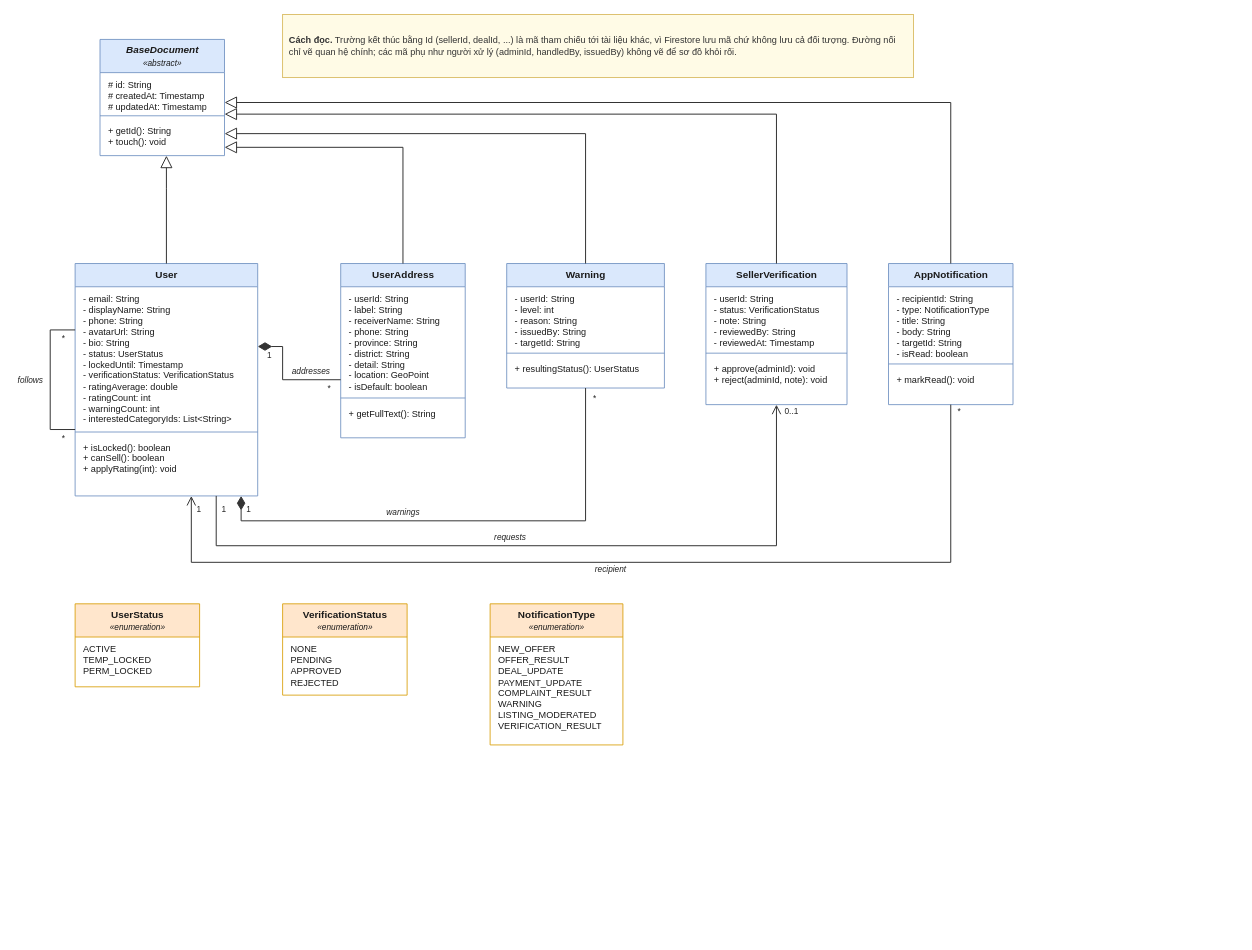
Earlier version of the draw.io diagram page "1. Người dùng" (2 of 8) of workflow/docs/diagrams/so-do-lop/class-diagram.drawio (tahpnart8/NHOM3-MobileApp). Source tidied: cells renumbered, new cells numbered last; positions are measured from the earlier drawing's top-left corner, leaving out a move shared by most shapes. Both pictures are drawn from the tidied source at 83%, with x=0, y=0 at pixel (14, 14).
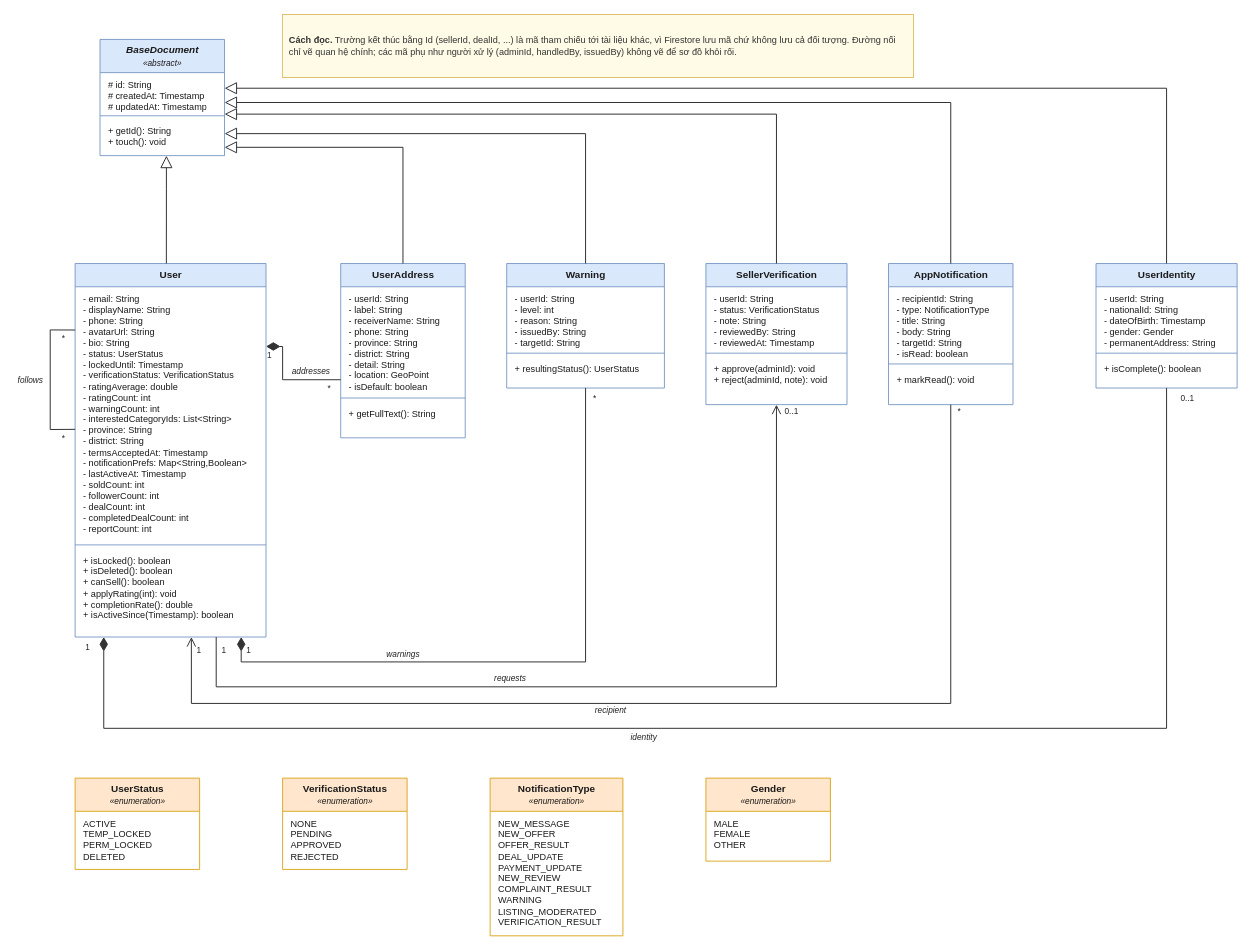
After the change.

The change refers to these unchanged cells:
```xml
<mxCell id="2" value="&lt;b&gt;&lt;i&gt;BaseDocument&lt;/i&gt;&lt;/b&gt;&lt;br&gt;&lt;i style=&quot;font-size:10px&quot;&gt;«abstract»&lt;/i&gt;" style="swimlane;fontStyle=0;horizontal=1;startSize=40;fillColor=#DAE8FC;strokeColor=#6C8EBF;swimlaneFillColor=#FFFFFF;html=1;whiteSpace=nowrap;fontSize=12;fontFamily=Helvetica;fontColor=#1A1A1A;" parent="1" vertex="1">
  <mxGeometry x="103" y="30" width="150" height="140" as="geometry" />
</mxCell>
<mxCell id="10" value="&lt;b&gt;UserAddress&lt;/b&gt;" style="swimlane;fontStyle=0;horizontal=1;startSize=28;fillColor=#DAE8FC;strokeColor=#6C8EBF;swimlaneFillColor=#FFFFFF;html=1;whiteSpace=nowrap;fontSize=12;fontFamily=Helvetica;fontColor=#1A1A1A;" parent="1" vertex="1">
  <mxGeometry x="393" y="300" width="150" height="210" as="geometry" />
</mxCell>
<mxCell id="14" value="&lt;b&gt;Warning&lt;/b&gt;" style="swimlane;fontStyle=0;horizontal=1;startSize=28;fillColor=#DAE8FC;strokeColor=#6C8EBF;swimlaneFillColor=#FFFFFF;html=1;whiteSpace=nowrap;fontSize=12;fontFamily=Helvetica;fontColor=#1A1A1A;" parent="1" vertex="1">
  <mxGeometry x="593" y="300" width="190" height="150" as="geometry" />
</mxCell>
<mxCell id="18" value="&lt;b&gt;SellerVerification&lt;/b&gt;" style="swimlane;fontStyle=0;horizontal=1;startSize=28;fillColor=#DAE8FC;strokeColor=#6C8EBF;swimlaneFillColor=#FFFFFF;html=1;whiteSpace=nowrap;fontSize=12;fontFamily=Helvetica;fontColor=#1A1A1A;" parent="1" vertex="1">
  <mxGeometry x="833" y="300" width="170" height="170" as="geometry" />
</mxCell>
<mxCell id="22" value="&lt;b&gt;AppNotification&lt;/b&gt;" style="swimlane;fontStyle=0;horizontal=1;startSize=28;fillColor=#DAE8FC;strokeColor=#6C8EBF;swimlaneFillColor=#FFFFFF;html=1;whiteSpace=nowrap;fontSize=12;fontFamily=Helvetica;fontColor=#1A1A1A;" parent="1" vertex="1">
  <mxGeometry x="1053" y="300" width="150" height="170" as="geometry" />
</mxCell>
```

Diff of the diagram source:
```diff
@@
     <mxCell id="6" value="&lt;b&gt;User&lt;/b&gt;" style="swimlane;fontStyle=0;horizontal=1;startSize=28;fillColor=#DAE8FC;strokeColor=#6C8EBF;swimlaneFillColor=#FFFFFF;html=1;whiteSpace=nowrap;fontSize=12;fontFamily=Helvetica;fontColor=#1A1A1A;" parent="1" vertex="1">
-      <mxGeometry x="73" y="300" width="220" height="280" as="geometry" />
+      <mxGeometry x="73" y="300" width="230" height="450" as="geometry" />
     </mxCell>
-    <mxCell id="7" value="- email: String&lt;br&gt;- displayName: String&lt;br&gt;- phone: String&lt;br&gt;- avatarUrl: String&lt;br&gt;- bio: String&lt;br&gt;- status: UserStatus&lt;br&gt;- lockedUntil: Timestamp&lt;br&gt;- verificationStatus: VerificationStatus&lt;br&gt;- ratingAverage: double&lt;br&gt;- ratingCount: int&lt;br&gt;- warningCount: int&lt;br&gt;- interestedCategoryIds: List&amp;lt;String&amp;gt;" style="text;strokeColor=none;fillColor=none;align=left;verticalAlign=top;spacingLeft=8;spacingRight=4;spacingTop=2;overflow=hidden;html=1;whiteSpace=nowrap;fontSize=11;fontFamily=Helvetica;fontColor=#1A1A1A;" parent="6" vertex="1">
-      <mxGeometry y="28" width="220" height="171" as="geometry" />
-    </mxCell>
-    <mxCell id="8" style="line;strokeWidth=1;fillColor=none;align=left;verticalAlign=middle;html=1;strokeColor=#6C8EBF;" parent="6" vertex="1">
-      <mxGeometry y="199" width="220" height="8" as="geometry" />
-    </mxCell>
-    <mxCell id="9" value="+ isLocked(): boolean&lt;br&gt;+ canSell(): boolean&lt;br&gt;+ applyRating(int): void" style="text;strokeColor=none;fillColor=none;align=left;verticalAlign=top;spacingLeft=8;spacingRight=4;spacingTop=2;overflow=hidden;html=1;whiteSpace=nowrap;fontSize=11;fontFamily=Helvetica;fontColor=#1A1A1A;" parent="6" vertex="1">
-      <mxGeometry y="207" width="220" height="48" as="geometry" />
-    </mxCell>
@@
     <mxCell id="26" value="&lt;b&gt;UserStatus&lt;/b&gt;&lt;br&gt;&lt;i style=&quot;font-size:10px&quot;&gt;«enumeration»&lt;/i&gt;" style="swimlane;fontStyle=0;horizontal=1;startSize=40;fillColor=#FFE6CC;strokeColor=#D79B00;swimlaneFillColor=#FFFFFF;html=1;whiteSpace=nowrap;fontSize=12;fontFamily=Helvetica;fontColor=#1A1A1A;" parent="1" vertex="1">
-      <mxGeometry x="73" y="710" width="150" height="100" as="geometry" />
+      <mxGeometry x="73" y="920" width="150" height="110" as="geometry" />
     </mxCell>
-    <mxCell id="27" value="ACTIVE&lt;br&gt;TEMP_LOCKED&lt;br&gt;PERM_LOCKED" style="text;strokeColor=none;fillColor=none;align=left;verticalAlign=top;spacingLeft=8;spacingRight=4;spacingTop=2;overflow=hidden;html=1;whiteSpace=nowrap;fontSize=11;fontFamily=Helvetica;fontColor=#1A1A1A;" parent="26" vertex="1">
-      <mxGeometry y="40" width="150" height="48" as="geometry" />
-    </mxCell>
     <mxCell id="28" value="&lt;b&gt;VerificationStatus&lt;/b&gt;&lt;br&gt;&lt;i style=&quot;font-size:10px&quot;&gt;«enumeration»&lt;/i&gt;" style="swimlane;fontStyle=0;horizontal=1;startSize=40;fillColor=#FFE6CC;strokeColor=#D79B00;swimlaneFillColor=#FFFFFF;html=1;whiteSpace=nowrap;fontSize=12;fontFamily=Helvetica;fontColor=#1A1A1A;" parent="1" vertex="1">
-      <mxGeometry x="323" y="710" width="150" height="110" as="geometry" />
+      <mxGeometry x="323" y="920" width="150" height="110" as="geometry" />
     </mxCell>
@@
     <mxCell id="30" value="&lt;b&gt;NotificationType&lt;/b&gt;&lt;br&gt;&lt;i style=&quot;font-size:10px&quot;&gt;«enumeration»&lt;/i&gt;" style="swimlane;fontStyle=0;horizontal=1;startSize=40;fillColor=#FFE6CC;strokeColor=#D79B00;swimlaneFillColor=#FFFFFF;html=1;whiteSpace=nowrap;fontSize=12;fontFamily=Helvetica;fontColor=#1A1A1A;" parent="1" vertex="1">
-      <mxGeometry x="573" y="710" width="160" height="170" as="geometry" />
+      <mxGeometry x="573" y="920" width="160" height="190" as="geometry" />
     </mxCell>
-    <mxCell id="31" value="NEW_OFFER&lt;br&gt;OFFER_RESULT&lt;br&gt;DEAL_UPDATE&lt;br&gt;PAYMENT_UPDATE&lt;br&gt;COMPLAINT_RESULT&lt;br&gt;WARNING&lt;br&gt;LISTING_MODERATED&lt;br&gt;VERIFICATION_RESULT" style="text;strokeColor=none;fillColor=none;align=left;verticalAlign=top;spacingLeft=8;spacingRight=4;spacingTop=2;overflow=hidden;html=1;whiteSpace=nowrap;fontSize=11;fontFamily=Helvetica;fontColor=#1A1A1A;" parent="30" vertex="1">
-      <mxGeometry y="40" width="160" height="116" as="geometry" />
-    </mxCell>
@@
-    <mxCell id="33" style="html=1;rounded=0;edgeStyle=none;jettySize=auto;exitX=0.5;exitY=0;exitDx=0;exitDy=0;entryX=0.5333;entryY=1.0;entryDx=0;entryDy=0;strokeColor=#333333;strokeWidth=1.2;endArrow=block;endFill=0;endSize=12;startArrow=none;" parent="1" edge="1" source="6" target="2">
+    <mxCell id="33" style="html=1;rounded=0;edgeStyle=none;jettySize=auto;exitX=0.478;exitY=0;exitDx=0;exitDy=0;entryX=0.5333;entryY=1.0;entryDx=0;entryDy=0;strokeColor=#333333;strokeWidth=1.2;endArrow=block;endFill=0;endSize=12;startArrow=none;" parent="1" edge="1" source="6" target="2">
       <mxGeometry relative="1" as="geometry">
         <Array as="points">
           <mxPoint x="183" y="210" />
         </Array>
       </mxGeometry>
     </mxCell>
@@
-    <mxCell id="38" style="html=1;rounded=0;edgeStyle=none;jettySize=auto;exitX=1.0;exitY=0.3571;exitDx=0;exitDy=0;entryX=0.0;entryY=0.6667;entryDx=0;entryDy=0;strokeColor=#333333;strokeWidth=1.2;startArrow=diamondThin;startFill=1;startSize=14;endArrow=none;" parent="1" edge="1" source="6" target="10">
+    <mxCell id="38" style="html=1;rounded=0;edgeStyle=none;jettySize=auto;exitX=1.0;exitY=0.222;exitDx=0;exitDy=0;entryX=0.0;entryY=0.6667;entryDx=0;entryDy=0;strokeColor=#333333;strokeWidth=1.2;startArrow=diamondThin;startFill=1;startSize=14;endArrow=none;" parent="1" edge="1" source="6" target="10">
       <mxGeometry relative="1" as="geometry">
         <Array as="points">
           <mxPoint x="323" y="400" />
           <mxPoint x="323" y="440" />
         </Array>
       </mxGeometry>
     </mxCell>
-    <mxCell id="39" style="html=1;rounded=0;edgeStyle=orthogonalEdgeStyle;jettySize=auto;exitX=0.9091;exitY=1.0;exitDx=0;exitDy=0;entryX=0.5;entryY=1;entryDx=0;entryDy=0;strokeColor=#333333;strokeWidth=1.2;startArrow=diamondThin;startFill=1;startSize=14;endArrow=none;" parent="1" edge="1" source="6" target="14">
+    <mxCell id="39" style="html=1;rounded=0;edgeStyle=orthogonalEdgeStyle;jettySize=auto;exitX=0.870;exitY=1.0;exitDx=0;exitDy=0;entryX=0.5;entryY=1;entryDx=0;entryDy=0;strokeColor=#333333;strokeWidth=1.2;startArrow=diamondThin;startFill=1;startSize=14;endArrow=none;" parent="1" edge="1" source="6" target="14">
       <mxGeometry relative="1" as="geometry" />
     </mxCell>
-    <mxCell id="40" style="html=1;rounded=0;edgeStyle=orthogonalEdgeStyle;jettySize=auto;exitX=0.7727;exitY=1.0;exitDx=0;exitDy=0;entryX=0.5;entryY=1;entryDx=0;entryDy=0;strokeColor=#333333;strokeWidth=1.2;endArrow=open;endFill=0;endSize=9;startArrow=none;" parent="1" edge="1" source="6" target="18">
+    <mxCell id="40" style="html=1;rounded=0;edgeStyle=orthogonalEdgeStyle;jettySize=auto;exitX=0.739;exitY=1.0;exitDx=0;exitDy=0;entryX=0.5;entryY=1;entryDx=0;entryDy=0;strokeColor=#333333;strokeWidth=1.2;endArrow=open;endFill=0;endSize=9;startArrow=none;" parent="1" edge="1" source="6" target="18">
       <mxGeometry relative="1" as="geometry">
         <Array as="points">
-          <mxPoint x="243" y="640" />
-          <mxPoint x="918" y="640" />
+          <mxPoint x="243" y="810" />
+          <mxPoint x="918" y="810" />
         </Array>
       </mxGeometry>
     </mxCell>
-    <mxCell id="41" style="html=1;rounded=0;edgeStyle=orthogonalEdgeStyle;jettySize=auto;exitX=0.5;exitY=1;exitDx=0;exitDy=0;entryX=0.6364;entryY=1.0;entryDx=0;entryDy=0;strokeColor=#333333;strokeWidth=1.2;endArrow=open;endFill=0;endSize=9;startArrow=none;" parent="1" edge="1" source="22" target="6">
+    <mxCell id="41" style="html=1;rounded=0;edgeStyle=orthogonalEdgeStyle;jettySize=auto;exitX=0.5;exitY=1;exitDx=0;exitDy=0;entryX=0.609;entryY=1.0;entryDx=0;entryDy=0;strokeColor=#333333;strokeWidth=1.2;endArrow=open;endFill=0;endSize=9;startArrow=none;" parent="1" edge="1" source="22" target="6">
       <mxGeometry relative="1" as="geometry">
         <Array as="points">
-          <mxPoint x="1128" y="660" />
-          <mxPoint x="213" y="660" />
+          <mxPoint x="1128" y="830" />
+          <mxPoint x="213" y="830" />
         </Array>
       </mxGeometry>
     </mxCell>
-    <mxCell id="42" style="html=1;rounded=0;edgeStyle=none;jettySize=auto;orthogonalLoop=1;exitX=0.0;exitY=0.2857;exitDx=0;exitDy=0;entryX=0.0;entryY=0.7143;entryDx=0;entryDy=0;strokeColor=#333333;strokeWidth=1.2;endArrow=none;startArrow=none;" parent="1" edge="1" source="6" target="6">
+    <mxCell id="42" style="html=1;rounded=0;edgeStyle=none;jettySize=auto;orthogonalLoop=1;exitX=0.0;exitY=0.178;exitDx=0;exitDy=0;entryX=0.0;entryY=0.444;entryDx=0;entryDy=0;strokeColor=#333333;strokeWidth=1.2;endArrow=none;startArrow=none;" parent="1" edge="1" source="6" target="6">
       <mxGeometry relative="1" as="geometry">
         <Array as="points">
           <mxPoint x="43" y="380" />
           <mxPoint x="43" y="500" />
         </Array>
       </mxGeometry>
     </mxCell>
@@
     <mxCell id="46" value="1" style="text;html=1;strokeColor=none;fillColor=none;align=center;verticalAlign=middle;whiteSpace=nowrap;fontSize=10;fontFamily=Helvetica;fontColor=#222222;" parent="1" vertex="1">
-      <mxGeometry x="276" y="588" width="12" height="16" as="geometry" />
+      <mxGeometry x="276" y="758" width="12" height="16" as="geometry" />
     </mxCell>
@@
     <mxCell id="48" value="warnings" style="text;html=1;strokeColor=none;fillColor=none;align=center;verticalAlign=middle;whiteSpace=nowrap;fontSize=10;fontFamily=Helvetica;fontColor=#222222;fontStyle=2;" parent="1" vertex="1">
-      <mxGeometry x="443" y="592" width="49" height="16" as="geometry" />
+      <mxGeometry x="443" y="762" width="49" height="16" as="geometry" />
     </mxCell>
     <mxCell id="49" value="1" style="text;html=1;strokeColor=none;fillColor=none;align=center;verticalAlign=middle;whiteSpace=nowrap;fontSize=10;fontFamily=Helvetica;fontColor=#222222;" parent="1" vertex="1">
-      <mxGeometry x="246" y="588" width="12" height="16" as="geometry" />
+      <mxGeometry x="246" y="758" width="12" height="16" as="geometry" />
     </mxCell>
@@
     <mxCell id="51" value="requests" style="text;html=1;strokeColor=none;fillColor=none;align=center;verticalAlign=middle;whiteSpace=nowrap;fontSize=10;fontFamily=Helvetica;fontColor=#222222;fontStyle=2;" parent="1" vertex="1">
-      <mxGeometry x="573" y="622" width="48" height="16" as="geometry" />
+      <mxGeometry x="573" y="792" width="48" height="16" as="geometry" />
     </mxCell>
@@
     <mxCell id="53" value="1" style="text;html=1;strokeColor=none;fillColor=none;align=center;verticalAlign=middle;whiteSpace=nowrap;fontSize=10;fontFamily=Helvetica;fontColor=#222222;" parent="1" vertex="1">
-      <mxGeometry x="216" y="588" width="12" height="16" as="geometry" />
+      <mxGeometry x="216" y="758" width="12" height="16" as="geometry" />
     </mxCell>
     <mxCell id="54" value="recipient" style="text;html=1;strokeColor=none;fillColor=none;align=center;verticalAlign=middle;whiteSpace=nowrap;fontSize=10;fontFamily=Helvetica;fontColor=#222222;fontStyle=2;" parent="1" vertex="1">
-      <mxGeometry x="694" y="660" width="47" height="16" as="geometry" />
+      <mxGeometry x="694" y="830" width="47" height="16" as="geometry" />
     </mxCell>
@@
+    <mxCell id="58" value="- email: String&lt;br&gt;- displayName: String&lt;br&gt;- phone: String&lt;br&gt;- avatarUrl: String&lt;br&gt;- bio: String&lt;br&gt;- status: UserStatus&lt;br&gt;- lockedUntil: Timestamp&lt;br&gt;- verificationStatus: VerificationStatus&lt;br&gt;- ratingAverage: double&lt;br&gt;- ratingCount: int&lt;br&gt;- warningCount: int&lt;br&gt;- interestedCategoryIds: List&amp;lt;String&amp;gt;&lt;br&gt;- province: String&lt;br&gt;- district: String&lt;br&gt;- termsAcceptedAt: Timestamp&lt;br&gt;- notificationPrefs: Map&amp;lt;String,Boolean&amp;gt;&lt;br&gt;- lastActiveAt: Timestamp&lt;br&gt;- soldCount: int&lt;br&gt;- followerCount: int&lt;br&gt;- dealCount: int&lt;br&gt;- completedDealCount: int&lt;br&gt;- reportCount: int" style="text;strokeColor=none;fillColor=none;align=left;verticalAlign=top;spacingLeft=8;spacingRight=4;spacingTop=2;overflow=hidden;html=1;whiteSpace=nowrap;fontSize=11;fontFamily=Helvetica;fontColor=#1A1A1A;" parent="6" vertex="1">
+      <mxGeometry y="28" width="230" height="307" as="geometry" />
+    </mxCell>
+    <mxCell id="59" style="line;strokeWidth=1;fillColor=none;align=left;verticalAlign=middle;html=1;strokeColor=#6C8EBF;" parent="6" vertex="1">
+      <mxGeometry y="335" width="230" height="8" as="geometry" />
+    </mxCell>
+    <mxCell id="60" value="+ isLocked(): boolean&lt;br&gt;+ isDeleted(): boolean&lt;br&gt;+ canSell(): boolean&lt;br&gt;+ applyRating(int): void&lt;br&gt;+ completionRate(): double&lt;br&gt;+ isActiveSince(Timestamp): boolean" style="text;strokeColor=none;fillColor=none;align=left;verticalAlign=top;spacingLeft=8;spacingRight=4;spacingTop=2;overflow=hidden;html=1;whiteSpace=nowrap;fontSize=11;fontFamily=Helvetica;fontColor=#1A1A1A;" parent="6" vertex="1">
+      <mxGeometry y="343" width="230" height="89" as="geometry" />
+    </mxCell>
+    <mxCell id="61" value="ACTIVE&lt;br&gt;TEMP_LOCKED&lt;br&gt;PERM_LOCKED&lt;br&gt;DELETED" style="text;strokeColor=none;fillColor=none;align=left;verticalAlign=top;spacingLeft=8;spacingRight=4;spacingTop=2;overflow=hidden;html=1;whiteSpace=nowrap;fontSize=11;fontFamily=Helvetica;fontColor=#1A1A1A;" parent="26" vertex="1">
+      <mxGeometry y="40" width="150" height="62" as="geometry" />
+    </mxCell>
+    <mxCell id="62" value="NEW_MESSAGE&lt;br&gt;NEW_OFFER&lt;br&gt;OFFER_RESULT&lt;br&gt;DEAL_UPDATE&lt;br&gt;PAYMENT_UPDATE&lt;br&gt;NEW_REVIEW&lt;br&gt;COMPLAINT_RESULT&lt;br&gt;WARNING&lt;br&gt;LISTING_MODERATED&lt;br&gt;VERIFICATION_RESULT" style="text;strokeColor=none;fillColor=none;align=left;verticalAlign=top;spacingLeft=8;spacingRight=4;spacingTop=2;overflow=hidden;html=1;whiteSpace=nowrap;fontSize=11;fontFamily=Helvetica;fontColor=#1A1A1A;" parent="30" vertex="1">
+      <mxGeometry y="40" width="160" height="144" as="geometry" />
+    </mxCell>
+    <mxCell id="63" value="&lt;b&gt;UserIdentity&lt;/b&gt;" style="swimlane;fontStyle=0;horizontal=1;startSize=28;fillColor=#DAE8FC;strokeColor=#6C8EBF;swimlaneFillColor=#FFFFFF;html=1;whiteSpace=nowrap;fontSize=12;fontFamily=Helvetica;fontColor=#1A1A1A;" parent="1" vertex="1">
+      <mxGeometry x="1303" y="300" width="170" height="150" as="geometry" />
+    </mxCell>
+    <mxCell id="64" value="- userId: String&lt;br&gt;- nationalId: String&lt;br&gt;- dateOfBirth: Timestamp&lt;br&gt;- gender: Gender&lt;br&gt;- permanentAddress: String" style="text;strokeColor=none;fillColor=none;align=left;verticalAlign=top;spacingLeft=8;spacingRight=4;spacingTop=2;overflow=hidden;html=1;whiteSpace=nowrap;fontSize=11;fontFamily=Helvetica;fontColor=#1A1A1A;" parent="63" vertex="1">
+      <mxGeometry y="28" width="170" height="76" as="geometry" />
+    </mxCell>
+    <mxCell id="65" style="line;strokeWidth=1;fillColor=none;align=left;verticalAlign=middle;html=1;strokeColor=#6C8EBF;" parent="63" vertex="1">
+      <mxGeometry y="104" width="170" height="8" as="geometry" />
+    </mxCell>
+    <mxCell id="66" value="+ isComplete(): boolean" style="text;strokeColor=none;fillColor=none;align=left;verticalAlign=top;spacingLeft=8;spacingRight=4;spacingTop=2;overflow=hidden;html=1;whiteSpace=nowrap;fontSize=11;fontFamily=Helvetica;fontColor=#1A1A1A;" parent="63" vertex="1">
+      <mxGeometry y="112" width="170" height="21" as="geometry" />
+    </mxCell>
+    <mxCell id="67" value="&lt;b&gt;Gender&lt;/b&gt;&lt;br&gt;&lt;i style=&quot;font-size:10px&quot;&gt;«enumeration»&lt;/i&gt;" style="swimlane;fontStyle=0;horizontal=1;startSize=40;fillColor=#FFE6CC;strokeColor=#D79B00;swimlaneFillColor=#FFFFFF;html=1;whiteSpace=nowrap;fontSize=12;fontFamily=Helvetica;fontColor=#1A1A1A;" parent="1" vertex="1">
+      <mxGeometry x="833" y="920" width="150" height="100" as="geometry" />
+    </mxCell>
+    <mxCell id="68" value="MALE&lt;br&gt;FEMALE&lt;br&gt;OTHER" style="text;strokeColor=none;fillColor=none;align=left;verticalAlign=top;spacingLeft=8;spacingRight=4;spacingTop=2;overflow=hidden;html=1;whiteSpace=nowrap;fontSize=11;fontFamily=Helvetica;fontColor=#1A1A1A;" parent="67" vertex="1">
+      <mxGeometry y="40" width="150" height="48" as="geometry" />
+    </mxCell>
+    <mxCell id="69" style="html=1;rounded=0;edgeStyle=orthogonalEdgeStyle;jettySize=auto;strokeColor=#333333;strokeWidth=1.2;startArrow=diamondThin;startFill=1;startSize=14;endArrow=none;exitX=0.15;exitY=1;exitDx=0;exitDy=0;entryX=0.5;entryY=1;entryDx=0;entryDy=0;" parent="1" edge="1" source="6" target="63">
+      <mxGeometry relative="1" as="geometry">
+        <Array as="points">
+          <mxPoint x="107" y="860" />
+          <mxPoint x="1388" y="860" />
+        </Array>
+      </mxGeometry>
+    </mxCell>
+    <mxCell id="70" style="html=1;rounded=0;edgeStyle=orthogonalEdgeStyle;jettySize=auto;strokeColor=#333333;strokeWidth=1.2;endArrow=block;endFill=0;endSize=12;startArrow=none;exitX=0.5;exitY=0;exitDx=0;exitDy=0;entryX=1;entryY=0.42;entryDx=0;entryDy=0;" parent="1" edge="1" source="63" target="2">
+      <mxGeometry relative="1" as="geometry">
+        <Array as="points">
+          <mxPoint x="1388" y="88" />
+        </Array>
+      </mxGeometry>
+    </mxCell>
+    <mxCell id="71" value="1" style="text;html=1;strokeColor=none;fillColor=none;align=center;verticalAlign=middle;whiteSpace=nowrap;fontSize=10;fontFamily=Helvetica;fontColor=#222222;" parent="1" vertex="1">
+      <mxGeometry x="81" y="754" width="14" height="16" as="geometry" />
+    </mxCell>
+    <mxCell id="72" value="0..1" style="text;html=1;strokeColor=none;fillColor=none;align=center;verticalAlign=middle;whiteSpace=nowrap;fontSize=10;fontFamily=Helvetica;fontColor=#222222;" parent="1" vertex="1">
+      <mxGeometry x="1394" y="454" width="38" height="16" as="geometry" />
+    </mxCell>
+    <mxCell id="73" value="identity" style="text;html=1;strokeColor=none;fillColor=none;align=center;verticalAlign=middle;whiteSpace=nowrap;fontSize=10;fontFamily=Helvetica;fontColor=#222222;fontStyle=2;" parent="1" vertex="1">
+      <mxGeometry x="723" y="862" width="70" height="16" as="geometry" />
+    </mxCell>
```
